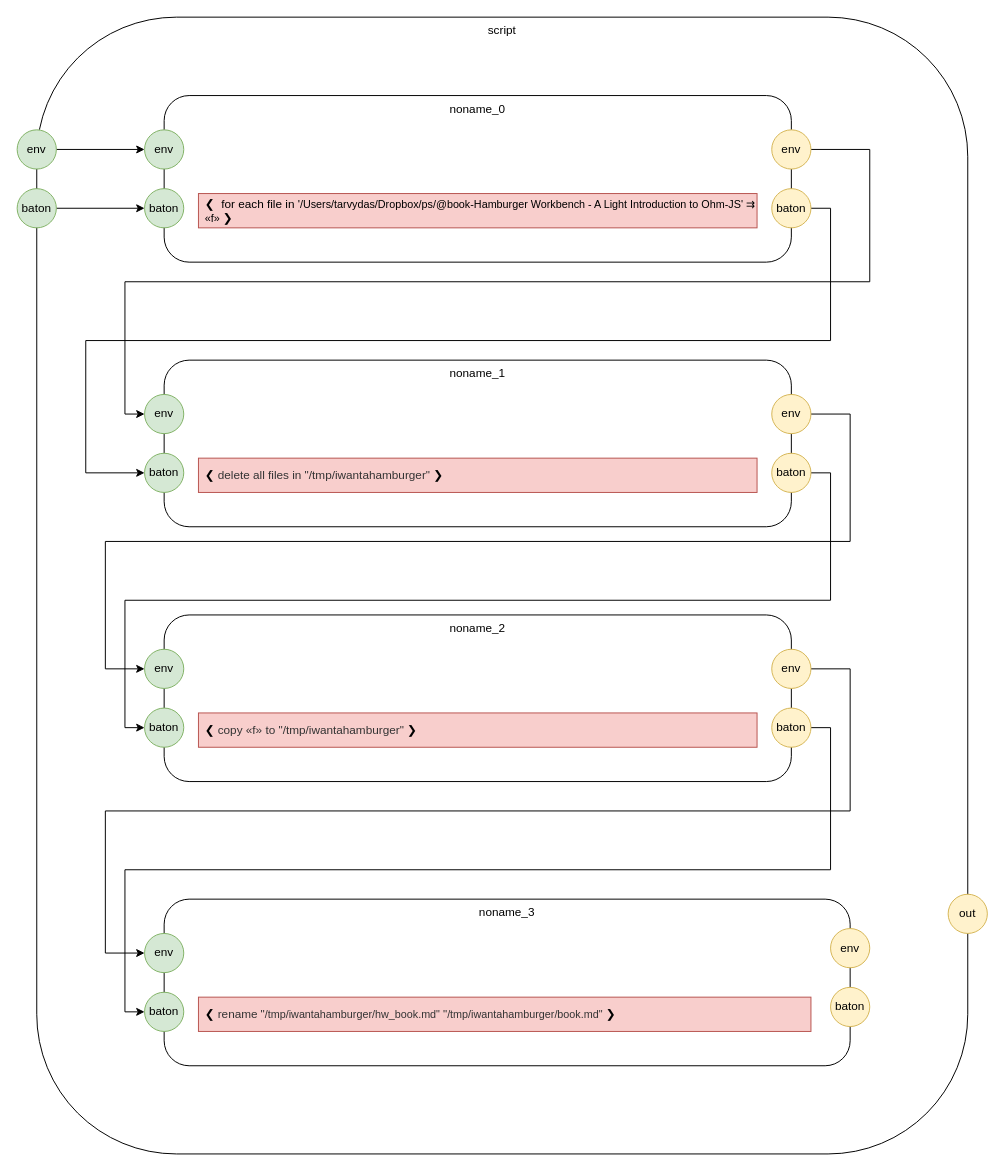
guitarvydas/hamburgerworkbenchD0D keeps this draw.io diagram as script.drawio. Above is the earlier version. Source tidied: cells renumbered, new cells numbered last; positions are measured from the earlier drawing's top-left corner, leaving out a move shared by most shapes. Both pictures are drawn from the tidied source at 98%, with x=0, y=0 at pixel (17, 17).
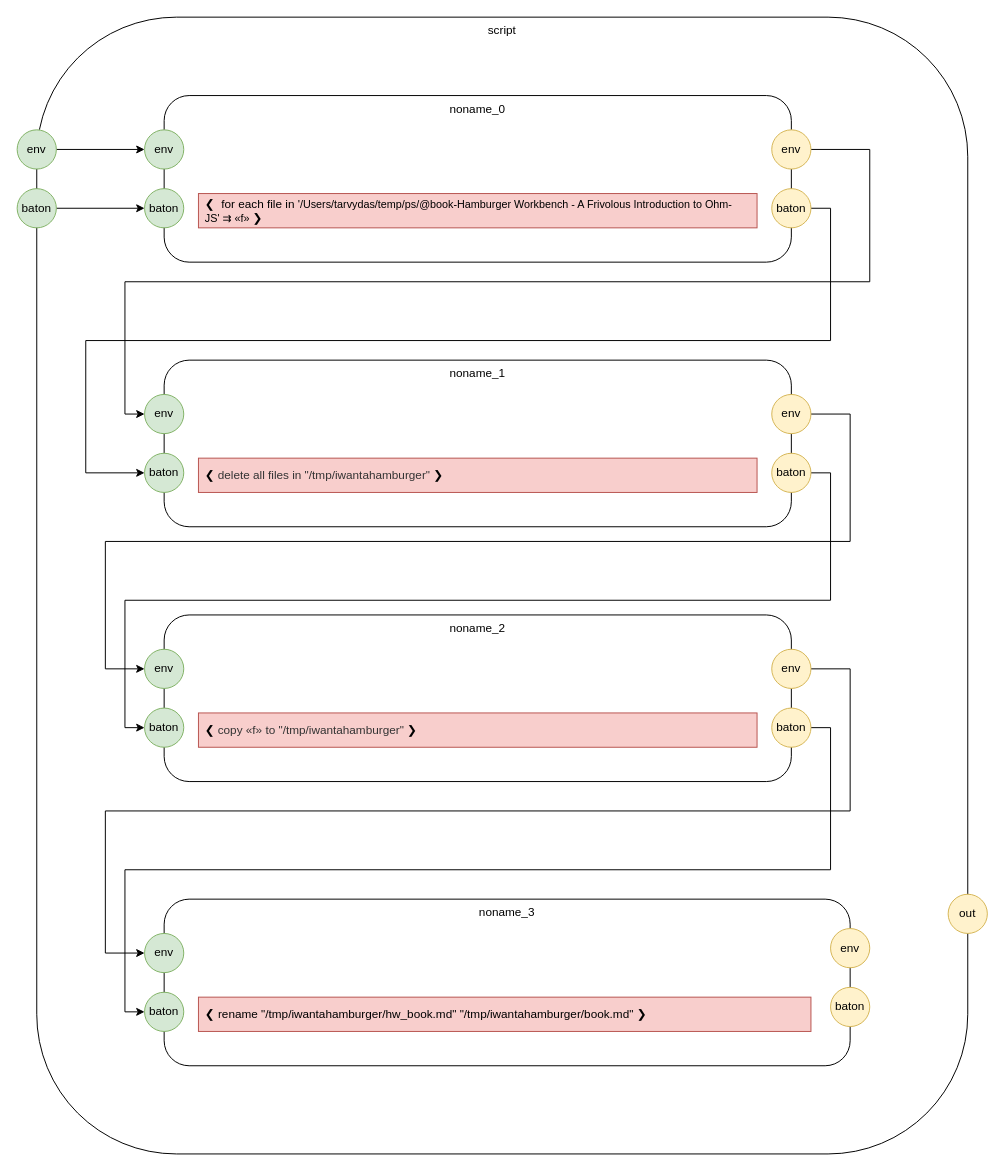
The same page after the edit.

Diff of the diagram source:
```diff
@@
-    <mxCell id="7" value="&lt;span style=&quot;text-align: center&quot;&gt;❮&lt;/span&gt;&amp;nbsp; for each file in '&lt;span style=&quot;font-size: 11px&quot;&gt;/Users/tarvydas/Dropbox/ps/@book-Hamburger Workbench - A Light Introduction to Ohm-JS'&amp;nbsp;&lt;/span&gt;&lt;span style=&quot;font-size: 11px&quot;&gt;⇉ «f»&amp;nbsp;&lt;/span&gt;❯" style="rounded=0;whiteSpace=wrap;html=1;align=left;fillColor=#f8cecc;strokeColor=#b85450;spacingLeft=5;" parent="1" vertex="1">
+    <mxCell id="7" value="&lt;span style=&quot;text-align: center&quot;&gt;❮&lt;/span&gt;&amp;nbsp; for each file in '&lt;span style=&quot;font-size: 11px&quot;&gt;/Users/tarvydas/temp/ps/@book-Hamburger Workbench - A Frivolous Introduction to Ohm-JS'&amp;nbsp;&lt;/span&gt;&lt;span style=&quot;font-size: 11px&quot;&gt;⇉ «f»&amp;nbsp;&lt;/span&gt;❯" style="rounded=0;whiteSpace=wrap;html=1;align=left;fillColor=#f8cecc;strokeColor=#b85450;spacingLeft=5;" parent="1" vertex="1">
       <mxGeometry x="185" y="180" width="570" height="35" as="geometry" />
     </mxCell>
@@
-    <mxCell id="30" value="&lt;span style=&quot;text-align: center&quot;&gt;❮&lt;/span&gt;&lt;span style=&quot;font-size: 11px&quot;&gt;&amp;nbsp;&lt;/span&gt;&lt;span style=&quot;color: rgb(51 , 51 , 51)&quot;&gt;rename&lt;/span&gt;&lt;span style=&quot;color: rgb(51 , 51 , 51) ; font-size: 11px&quot;&gt;&amp;nbsp;&lt;/span&gt;&lt;span style=&quot;color: rgb(51 , 51 , 51)&quot;&gt;&quot;&lt;/span&gt;&lt;span style=&quot;color: rgb(51 , 51 , 51) ; font-size: 11px&quot;&gt;/tmp/iwantahamburger/hw_book.md&quot;&lt;/span&gt;&lt;span style=&quot;color: rgb(51 , 51 , 51) ; font-size: 11px&quot;&gt;&amp;nbsp;&lt;/span&gt;&lt;span style=&quot;color: rgb(51 , 51 , 51)&quot;&gt;&quot;&lt;/span&gt;&lt;span style=&quot;color: rgb(51 , 51 , 51) ; font-size: 11px&quot;&gt;/tmp/iwantahamburger/book.md&quot;&lt;/span&gt;&lt;span style=&quot;color: rgb(51 , 51 , 51)&quot;&gt;&amp;nbsp;&lt;/span&gt;❯" style="rounded=0;whiteSpace=wrap;html=1;align=left;fillColor=#f8cecc;strokeColor=#b85450;spacingLeft=5;" parent="1" vertex="1">
+    <mxCell id="30" value="&lt;div&gt;❮ rename &quot;/tmp/iwantahamburger/hw_book.md&quot; &quot;/tmp/iwantahamburger/book.md&quot; ❯&lt;/div&gt;" style="rounded=0;whiteSpace=wrap;html=1;align=left;fillColor=#f8cecc;strokeColor=#b85450;spacingLeft=5;" parent="1" vertex="1">
       <mxGeometry x="185" y="1000" width="625" height="35" as="geometry" />
     </mxCell>
```
